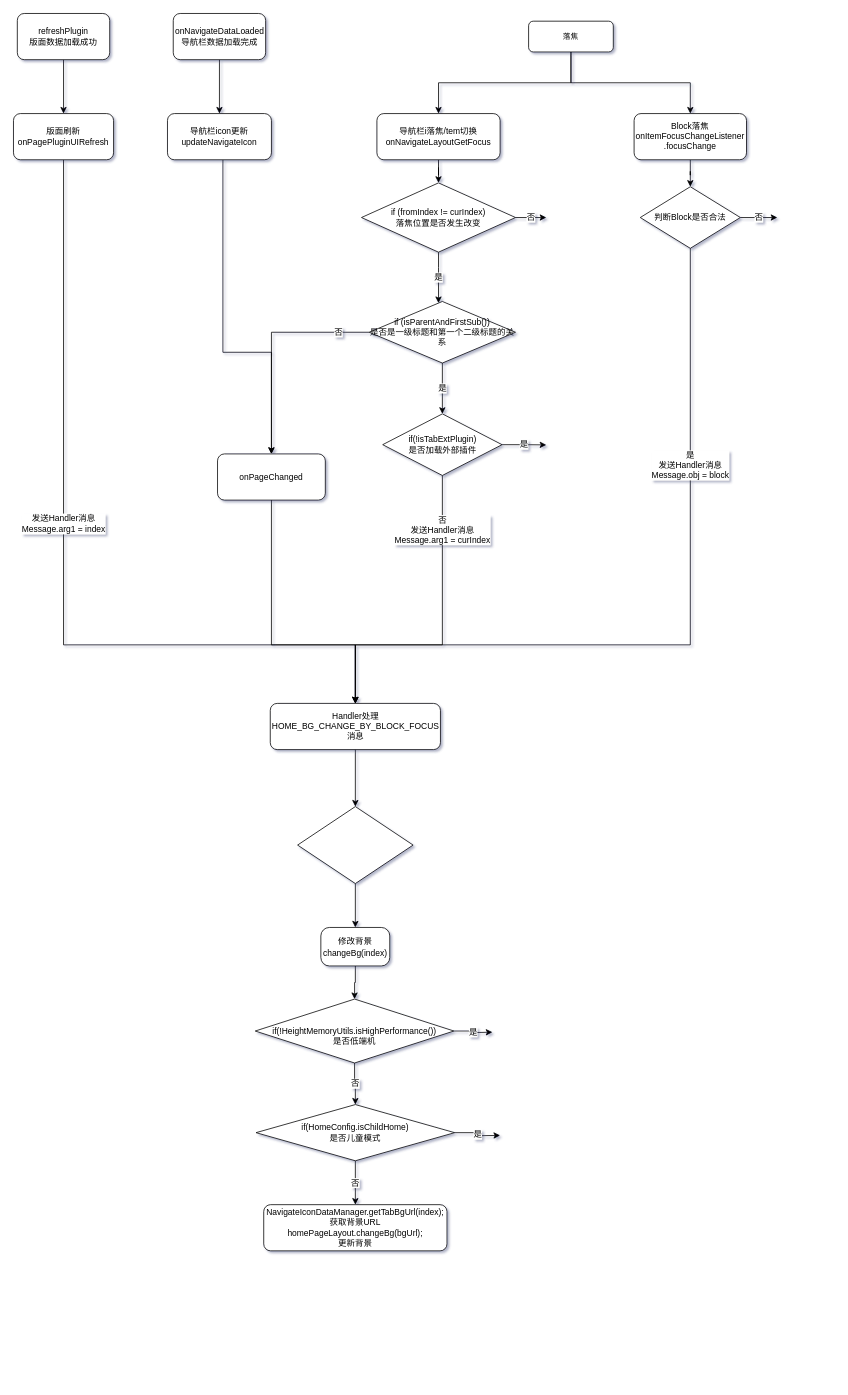
The draw.io diagram files/主页背景逻辑.drawio in Iverson-Zhou/drawio, before the edit. Source tidied: cells renumbered, new cells numbered last; positions are measured from the earlier drawing's top-left corner, leaving out a move shared by most shapes. Both pictures are drawn from the tidied source at 77%, with x=0, y=0 at pixel (13, 13).
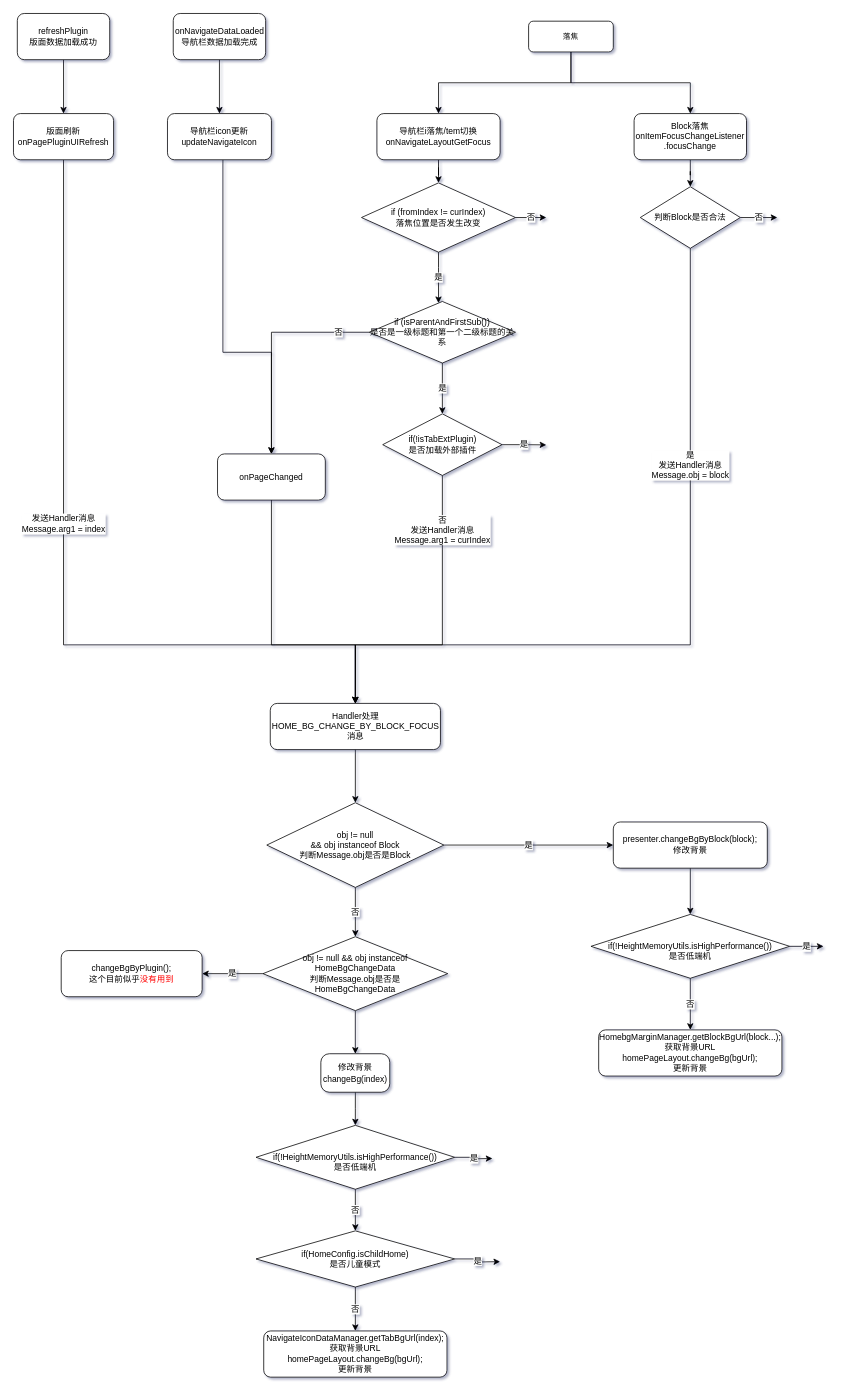
The same page after the edit.

Commit message:
Update 主页背景逻辑.drawio

The edit, as a diff of the source:
```diff
@@
-    <mxCell id="2" style="edgeStyle=orthogonalEdgeStyle;rounded=0;jettySize=auto;html=1;entryX=0.5;entryY=0;entryDx=0;entryDy=0;fontSize=18;exitX=0.5;exitY=1;exitDx=0;exitDy=0;exitPerimeter=0;" parent="1" edge="1" source="3" target="7">
-      <mxGeometry relative="1" as="geometry">
-        <Array as="points">
-          <mxPoint x="444" y="1180" />
-          <mxPoint x="444" y="1180" />
-        </Array>
-      </mxGeometry>
-    </mxCell>
+    <mxCell id="45" value="是" style="edgeStyle=orthogonalEdgeStyle;rounded=0;jettySize=auto;html=1;entryX=0;entryY=0.5;entryDx=0;entryDy=0;fontSize=11;" parent="1" edge="1" source="3" target="48">
+      <mxGeometry relative="1" as="geometry" />
+    </mxCell>
+    <mxCell id="46" value="否" style="edgeStyle=orthogonalEdgeStyle;rounded=0;jettySize=auto;html=1;entryX=0.5;entryY=0;entryDx=0;entryDy=0;fontSize=11;fontColor=#000000;" parent="1" edge="1" source="3" target="51">
+      <mxGeometry relative="1" as="geometry" />
+    </mxCell>
-    <mxCell id="3" style="strokeWidth=1;html=1;shape=mxgraph.flowchart.decision;whiteSpace=wrap;shadow=0;sketch=0;fontSize=11;" parent="1" vertex="1">
-      <mxGeometry x="369" y="1030" width="150" height="100" as="geometry" />
+    <mxCell id="3" value="obj != null &lt;br&gt;&amp;amp;&amp;amp; obj instanceof Block&lt;br&gt;判断Message.obj是否是Block" style="strokeWidth=1;html=1;shape=mxgraph.flowchart.decision;whiteSpace=wrap;shadow=0;sketch=0;fontSize=11;" parent="1" vertex="1">
+      <mxGeometry x="329" y="1025" width="230" height="110" as="geometry" />
     </mxCell>
@@
     <mxCell id="7" value="&lt;font&gt;&lt;span style=&quot;font-size: 11px&quot;&gt;修改背景&lt;/span&gt;&lt;br&gt;&lt;span style=&quot;font-size: 11px&quot;&gt;changeBg(index)&lt;/span&gt;&lt;br&gt;&lt;/font&gt;" style="rounded=1;whiteSpace=wrap;html=1;strokeWidth=1;arcSize=22;" parent="1" vertex="1">
-      <mxGeometry x="399.2" y="1187" width="89.5" height="50" as="geometry" />
+      <mxGeometry x="399.2" y="1351" width="89.5" height="50" as="geometry" />
     </mxCell>
@@
     <mxCell id="38" value="是" style="edgeStyle=orthogonalEdgeStyle;rounded=0;jettySize=auto;html=1;fontSize=11;" parent="1" edge="1" source="40">
       <mxGeometry relative="1" as="geometry">
-        <mxPoint x="622" y="1323" as="targetPoint" />
+        <mxPoint x="622" y="1487" as="targetPoint" />
       </mxGeometry>
     </mxCell>
@@
     <mxCell id="40" value="&lt;br&gt;if(!HeightMemoryUtils.isHighPerformance())&lt;br&gt;是否低端机" style="rhombus;whiteSpace=wrap;html=1;fontSize=11;strokeWidth=1;" parent="1" vertex="1">
-      <mxGeometry x="314" y="1280" width="258" height="83" as="geometry" />
+      <mxGeometry x="315" y="1444" width="258" height="83" as="geometry" />
     </mxCell>
     <mxCell id="41" value="是" style="edgeStyle=orthogonalEdgeStyle;rounded=0;jettySize=auto;html=1;fontSize=11;" parent="1" edge="1" source="43">
       <mxGeometry relative="1" as="geometry">
-        <mxPoint x="632" y="1457" as="targetPoint" />
+        <mxPoint x="632" y="1621" as="targetPoint" />
       </mxGeometry>
     </mxCell>
@@
     <mxCell id="43" value="if(HomeConfig.isChildHome)&lt;br&gt;是否儿童模式" style="rhombus;whiteSpace=wrap;html=1;fontSize=11;strokeWidth=1;" parent="1" vertex="1">
-      <mxGeometry x="315" y="1417" width="258" height="73" as="geometry" />
+      <mxGeometry x="315" y="1581" width="258" height="73" as="geometry" />
     </mxCell>
     <mxCell id="44" value="NavigateIconDataManager.getTabBgUrl(index);&lt;br&gt;获取背景URL&lt;br&gt;homePageLayout.changeBg(bgUrl);&lt;br&gt;更新背景" style="rounded=1;whiteSpace=wrap;html=1;fontSize=11;strokeWidth=1;" parent="1" vertex="1">
-      <mxGeometry x="325" y="1547" width="238" height="60" as="geometry" />
+      <mxGeometry x="325" y="1711" width="238" height="60" as="geometry" />
     </mxCell>
+    <mxCell id="47" style="edgeStyle=orthogonalEdgeStyle;rounded=0;jettySize=auto;html=1;entryX=0.5;entryY=0;entryDx=0;entryDy=0;fontSize=11;fontColor=#000000;" parent="1" edge="1" source="48" target="55">
+      <mxGeometry relative="1" as="geometry" />
+    </mxCell>
+    <mxCell id="48" value="presenter.changeBgByBlock(block);&lt;br&gt;修改背景" style="rounded=1;whiteSpace=wrap;html=1;fontSize=11;strokeWidth=1;" parent="1" vertex="1">
+      <mxGeometry x="779" y="1050" width="200" height="60" as="geometry" />
+    </mxCell>
+    <mxCell id="49" value="&lt;font color=&quot;#000000&quot;&gt;是&lt;/font&gt;" style="edgeStyle=orthogonalEdgeStyle;rounded=0;jettySize=auto;html=1;entryX=1;entryY=0.5;entryDx=0;entryDy=0;fontSize=11;fontColor=#FF0000;" parent="1" edge="1" source="51" target="52">
+      <mxGeometry relative="1" as="geometry" />
+    </mxCell>
+    <mxCell id="50" style="edgeStyle=orthogonalEdgeStyle;rounded=0;jettySize=auto;html=1;entryX=0.5;entryY=0;entryDx=0;entryDy=0;fontSize=11;fontColor=#000000;" parent="1" edge="1" source="51" target="7">
+      <mxGeometry relative="1" as="geometry" />
+    </mxCell>
+    <mxCell id="51" value="obj != null &amp;amp;&amp;amp; obj instanceof HomeBgChangeData&lt;br&gt;判断Message.obj是否是&lt;br&gt;HomeBgChangeData" style="rhombus;whiteSpace=wrap;html=1;fontSize=11;strokeWidth=1;" parent="1" vertex="1">
+      <mxGeometry x="324" y="1199" width="240" height="96" as="geometry" />
+    </mxCell>
+    <mxCell id="52" value="changeBgByPlugin();&lt;br&gt;这个目前似乎&lt;font color=&quot;#ff0000&quot;&gt;没有用到&lt;/font&gt;" style="rounded=1;whiteSpace=wrap;html=1;fontSize=11;strokeWidth=1;" parent="1" vertex="1">
+      <mxGeometry x="62" y="1217" width="183" height="60" as="geometry" />
+    </mxCell>
+    <mxCell id="53" value="否" style="edgeStyle=orthogonalEdgeStyle;rounded=0;jettySize=auto;html=1;entryX=0.5;entryY=0;entryDx=0;entryDy=0;fontSize=11;fontColor=#000000;" parent="1" edge="1" source="55" target="56">
+      <mxGeometry relative="1" as="geometry" />
+    </mxCell>
+    <mxCell id="54" value="是" style="edgeStyle=orthogonalEdgeStyle;rounded=0;jettySize=auto;html=1;fontSize=11;fontColor=#000000;" parent="1" edge="1" source="55">
+      <mxGeometry relative="1" as="geometry">
+        <mxPoint x="1052" y="1211.5" as="targetPoint" />
+      </mxGeometry>
+    </mxCell>
+    <mxCell id="55" value="&lt;br&gt;if(!HeightMemoryUtils.isHighPerformance())&lt;br&gt;是否低端机" style="rhombus;whiteSpace=wrap;html=1;fontSize=11;strokeWidth=1;" parent="1" vertex="1">
+      <mxGeometry x="750" y="1170" width="258" height="83" as="geometry" />
+    </mxCell>
+    <mxCell id="56" value="HomebgMarginManager.getBlockBgUrl(block...);&lt;br&gt;获取背景URL&lt;br&gt;homePageLayout.changeBg(bgUrl);&lt;br&gt;更新背景" style="rounded=1;whiteSpace=wrap;html=1;fontSize=11;strokeWidth=1;" parent="1" vertex="1">
+      <mxGeometry x="760" y="1320" width="238" height="60" as="geometry" />
+    </mxCell>
```
